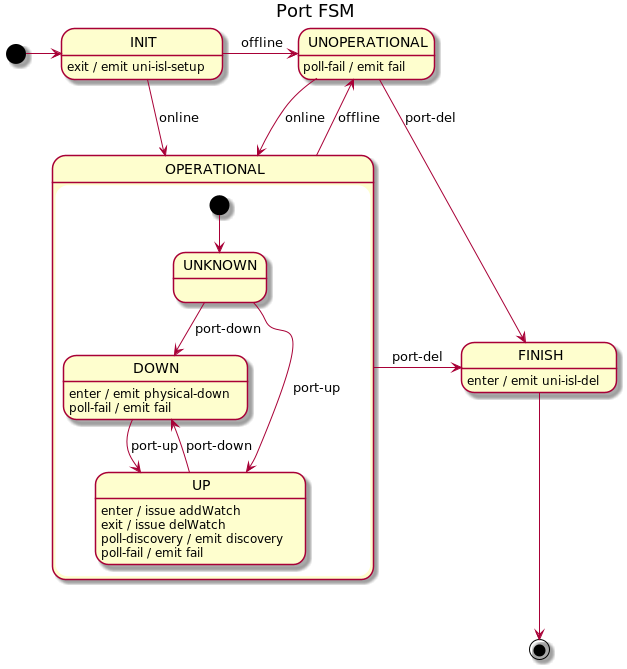
telstra/open-kilda keeps this PlantUML diagram as docs/design/network-discovery/port-FSM.png. Above is the earlier version.
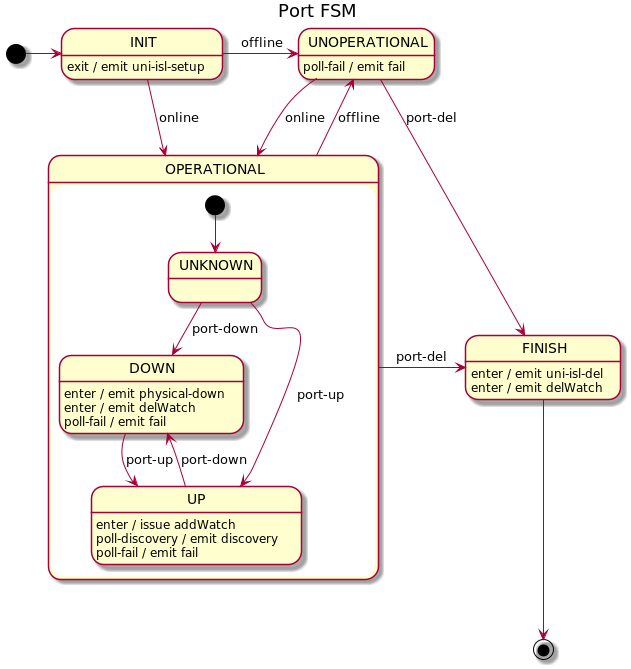
The same file after the commit.

Diff of the diagram source:
```diff
@@ -15,11 +15,11 @@
 
     DOWN --> UP : port-up
     DOWN : enter / emit physical-down
+    DOWN : enter / emit delWatch
     DOWN : poll-fail / emit fail
 
     UP --> DOWN : port-down
     UP : enter / issue addWatch
-    UP : exit / issue delWatch
     UP : poll-discovery / emit discovery
     UP : poll-fail / emit fail
 }
@@ -32,6 +32,7 @@
 UNOPERATIONAL : poll-fail / emit fail
 
 FINISH: enter / emit uni-isl-del
+FINISH: enter / emit delWatch
 FINISH -d-> [*]
 
 @enduml
```
